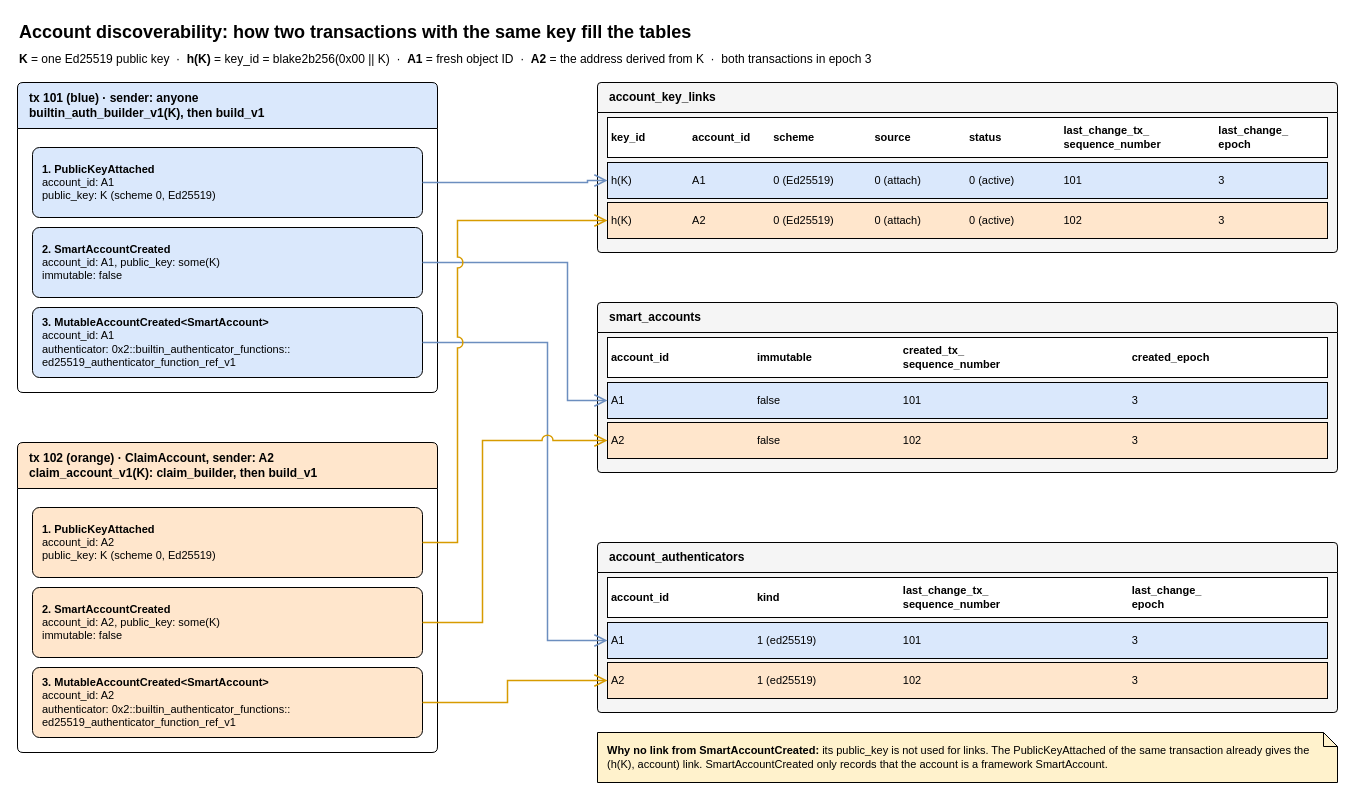
Above: account-discoverability-table-fill.drawio in iotaledger/iota (draw.io), before the change. Source tidied: cells renumbered, new cells numbered last; positions are measured from the earlier drawing's top-left corner, leaving out a move shared by most shapes. Both pictures are drawn from the tidied source at 100%, with x=0, y=0 at pixel (17, 17).
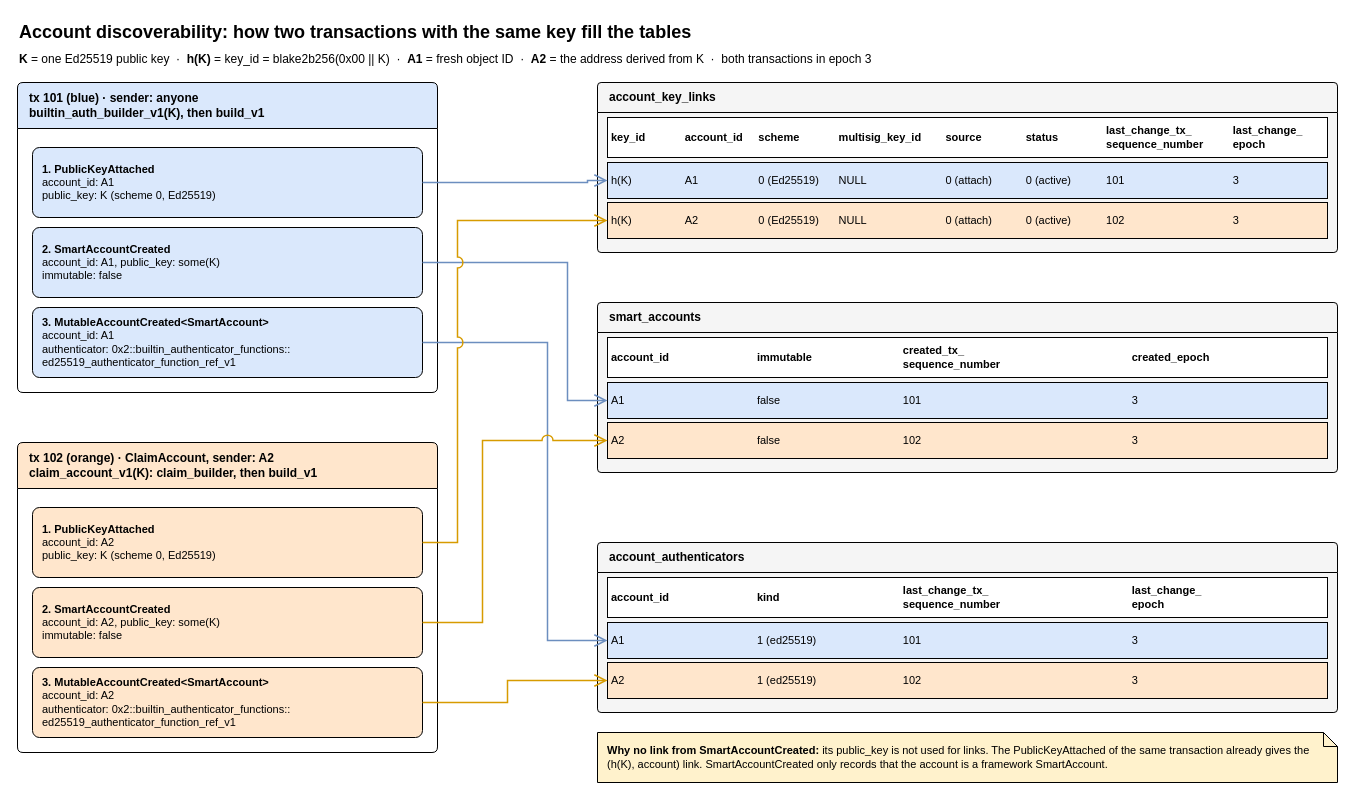
The same page after the edit.

The change refers to these unchanged cells:
```xml
<mxCell id="12" value="&lt;b&gt;account_key_links&lt;/b&gt;" style="swimlane;html=1;whiteSpace=wrap;rounded=1;arcSize=4;strokeColor=#000000;fontSize=12;align=left;spacingLeft=10;startSize=30;fillColor=#F5F5F5;swimlaneFillColor=#F5F5F5;" parent="1" vertex="1">
  <mxGeometry x="580" y="65" width="740" height="170" as="geometry" />
</mxCell>
```

What changed in the source:
```diff
@@
-    <mxCell id="13" value="&lt;table style=&quot;width:100%;table-layout:fixed;font-size:11px;border-collapse:collapse&quot;&gt;&lt;tr&gt;&lt;td style=&quot;width:11%;padding:0 4px&quot;&gt;&lt;b&gt;key_id&lt;/b&gt;&lt;/td&gt;&lt;td style=&quot;width:11%;padding:0 4px&quot;&gt;&lt;b&gt;account_id&lt;/b&gt;&lt;/td&gt;&lt;td style=&quot;width:14%;padding:0 4px&quot;&gt;&lt;b&gt;scheme&lt;/b&gt;&lt;/td&gt;&lt;td style=&quot;width:13%;padding:0 4px&quot;&gt;&lt;b&gt;source&lt;/b&gt;&lt;/td&gt;&lt;td style=&quot;width:13%;padding:0 4px&quot;&gt;&lt;b&gt;status&lt;/b&gt;&lt;/td&gt;&lt;td style=&quot;width:22%;padding:0 4px&quot;&gt;&lt;b&gt;last_change_tx_&lt;br&gt;sequence_number&lt;/b&gt;&lt;/td&gt;&lt;td style=&quot;width:16%;padding:0 4px&quot;&gt;&lt;b&gt;last_change_&lt;br&gt;epoch&lt;/b&gt;&lt;/td&gt;&lt;/tr&gt;&lt;/table&gt;" style="rounded=0;whiteSpace=wrap;html=1;strokeColor=#000000;fontSize=11;align=left;verticalAlign=middle;spacing=0;fillColor=#FFFFFF;" parent="12" vertex="1">
+    <mxCell id="13" value="&lt;table style=&quot;width:100%;table-layout:fixed;font-size:11px;border-collapse:collapse&quot;&gt;&lt;tr&gt;&lt;td style=&quot;width:10%;padding:0 4px&quot;&gt;&lt;b&gt;key_id&lt;/b&gt;&lt;/td&gt;&lt;td style=&quot;width:10%;padding:0 4px&quot;&gt;&lt;b&gt;account_id&lt;/b&gt;&lt;/td&gt;&lt;td style=&quot;width:11%;padding:0 4px&quot;&gt;&lt;b&gt;scheme&lt;/b&gt;&lt;/td&gt;&lt;td style=&quot;width:15%;padding:0 4px&quot;&gt;&lt;b&gt;multisig_key_id&lt;/b&gt;&lt;/td&gt;&lt;td style=&quot;width:11%;padding:0 4px&quot;&gt;&lt;b&gt;source&lt;/b&gt;&lt;/td&gt;&lt;td style=&quot;width:11%;padding:0 4px&quot;&gt;&lt;b&gt;status&lt;/b&gt;&lt;/td&gt;&lt;td style=&quot;width:18%;padding:0 4px&quot;&gt;&lt;b&gt;last_change_tx_&lt;br&gt;sequence_number&lt;/b&gt;&lt;/td&gt;&lt;td style=&quot;width:14%;padding:0 4px&quot;&gt;&lt;b&gt;last_change_&lt;br&gt;epoch&lt;/b&gt;&lt;/td&gt;&lt;/tr&gt;&lt;/table&gt;" style="rounded=0;whiteSpace=wrap;html=1;strokeColor=#000000;fontSize=11;align=left;verticalAlign=middle;spacing=0;fillColor=#FFFFFF;" parent="12" vertex="1">
       <mxGeometry x="10" y="35" width="720" height="40" as="geometry" />
     </mxCell>
-    <mxCell id="14" value="&lt;table style=&quot;width:100%;table-layout:fixed;font-size:11px;border-collapse:collapse&quot;&gt;&lt;tr&gt;&lt;td style=&quot;width:11%;padding:0 4px&quot;&gt;h(K)&lt;/td&gt;&lt;td style=&quot;width:11%;padding:0 4px&quot;&gt;A1&lt;/td&gt;&lt;td style=&quot;width:14%;padding:0 4px&quot;&gt;0 (Ed25519)&lt;/td&gt;&lt;td style=&quot;width:13%;padding:0 4px&quot;&gt;0 (attach)&lt;/td&gt;&lt;td style=&quot;width:13%;padding:0 4px&quot;&gt;0 (active)&lt;/td&gt;&lt;td style=&quot;width:22%;padding:0 4px&quot;&gt;101&lt;/td&gt;&lt;td style=&quot;width:16%;padding:0 4px&quot;&gt;3&lt;/td&gt;&lt;/tr&gt;&lt;/table&gt;" style="rounded=0;whiteSpace=wrap;html=1;strokeColor=#000000;fontSize=11;align=left;verticalAlign=middle;spacing=0;fillColor=#DAE8FC;" parent="12" vertex="1">
+    <mxCell id="14" value="&lt;table style=&quot;width:100%;table-layout:fixed;font-size:11px;border-collapse:collapse&quot;&gt;&lt;tr&gt;&lt;td style=&quot;width:10%;padding:0 4px&quot;&gt;h(K)&lt;/td&gt;&lt;td style=&quot;width:10%;padding:0 4px&quot;&gt;A1&lt;/td&gt;&lt;td style=&quot;width:11%;padding:0 4px&quot;&gt;0 (Ed25519)&lt;/td&gt;&lt;td style=&quot;width:15%;padding:0 4px&quot;&gt;NULL&lt;/td&gt;&lt;td style=&quot;width:11%;padding:0 4px&quot;&gt;0 (attach)&lt;/td&gt;&lt;td style=&quot;width:11%;padding:0 4px&quot;&gt;0 (active)&lt;/td&gt;&lt;td style=&quot;width:18%;padding:0 4px&quot;&gt;101&lt;/td&gt;&lt;td style=&quot;width:14%;padding:0 4px&quot;&gt;3&lt;/td&gt;&lt;/tr&gt;&lt;/table&gt;" style="rounded=0;whiteSpace=wrap;html=1;strokeColor=#000000;fontSize=11;align=left;verticalAlign=middle;spacing=0;fillColor=#DAE8FC;" parent="12" vertex="1">
       <mxGeometry x="10" y="80" width="720" height="36" as="geometry" />
     </mxCell>
-    <mxCell id="15" value="&lt;table style=&quot;width:100%;table-layout:fixed;font-size:11px;border-collapse:collapse&quot;&gt;&lt;tr&gt;&lt;td style=&quot;width:11%;padding:0 4px&quot;&gt;h(K)&lt;/td&gt;&lt;td style=&quot;width:11%;padding:0 4px&quot;&gt;A2&lt;/td&gt;&lt;td style=&quot;width:14%;padding:0 4px&quot;&gt;0 (Ed25519)&lt;/td&gt;&lt;td style=&quot;width:13%;padding:0 4px&quot;&gt;0 (attach)&lt;/td&gt;&lt;td style=&quot;width:13%;padding:0 4px&quot;&gt;0 (active)&lt;/td&gt;&lt;td style=&quot;width:22%;padding:0 4px&quot;&gt;102&lt;/td&gt;&lt;td style=&quot;width:16%;padding:0 4px&quot;&gt;3&lt;/td&gt;&lt;/tr&gt;&lt;/table&gt;" style="rounded=0;whiteSpace=wrap;html=1;strokeColor=#000000;fontSize=11;align=left;verticalAlign=middle;spacing=0;fillColor=#FFE6CC;" parent="12" vertex="1">
+    <mxCell id="15" value="&lt;table style=&quot;width:100%;table-layout:fixed;font-size:11px;border-collapse:collapse&quot;&gt;&lt;tr&gt;&lt;td style=&quot;width:10%;padding:0 4px&quot;&gt;h(K)&lt;/td&gt;&lt;td style=&quot;width:10%;padding:0 4px&quot;&gt;A2&lt;/td&gt;&lt;td style=&quot;width:11%;padding:0 4px&quot;&gt;0 (Ed25519)&lt;/td&gt;&lt;td style=&quot;width:15%;padding:0 4px&quot;&gt;NULL&lt;/td&gt;&lt;td style=&quot;width:11%;padding:0 4px&quot;&gt;0 (attach)&lt;/td&gt;&lt;td style=&quot;width:11%;padding:0 4px&quot;&gt;0 (active)&lt;/td&gt;&lt;td style=&quot;width:18%;padding:0 4px&quot;&gt;102&lt;/td&gt;&lt;td style=&quot;width:14%;padding:0 4px&quot;&gt;3&lt;/td&gt;&lt;/tr&gt;&lt;/table&gt;" style="rounded=0;whiteSpace=wrap;html=1;strokeColor=#000000;fontSize=11;align=left;verticalAlign=middle;spacing=0;fillColor=#FFE6CC;" parent="12" vertex="1">
       <mxGeometry x="10" y="120" width="720" height="36" as="geometry" />
     </mxCell>
```
